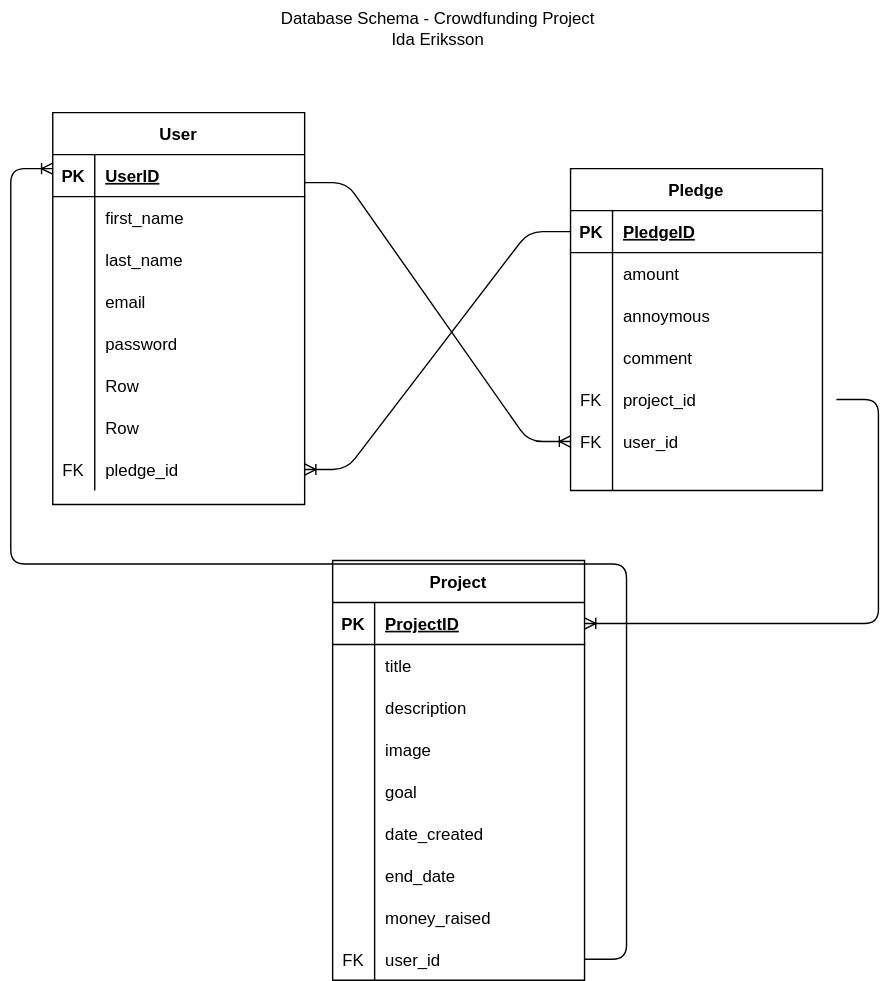
The draw.io diagram cf.drawio.svg in idaanna/crowdfunding_back_end, before a commit. Source tidied: cells renumbered, new cells last; positions are measured from the earlier drawing's top-left corner, leaving out a move shared by most shapes.
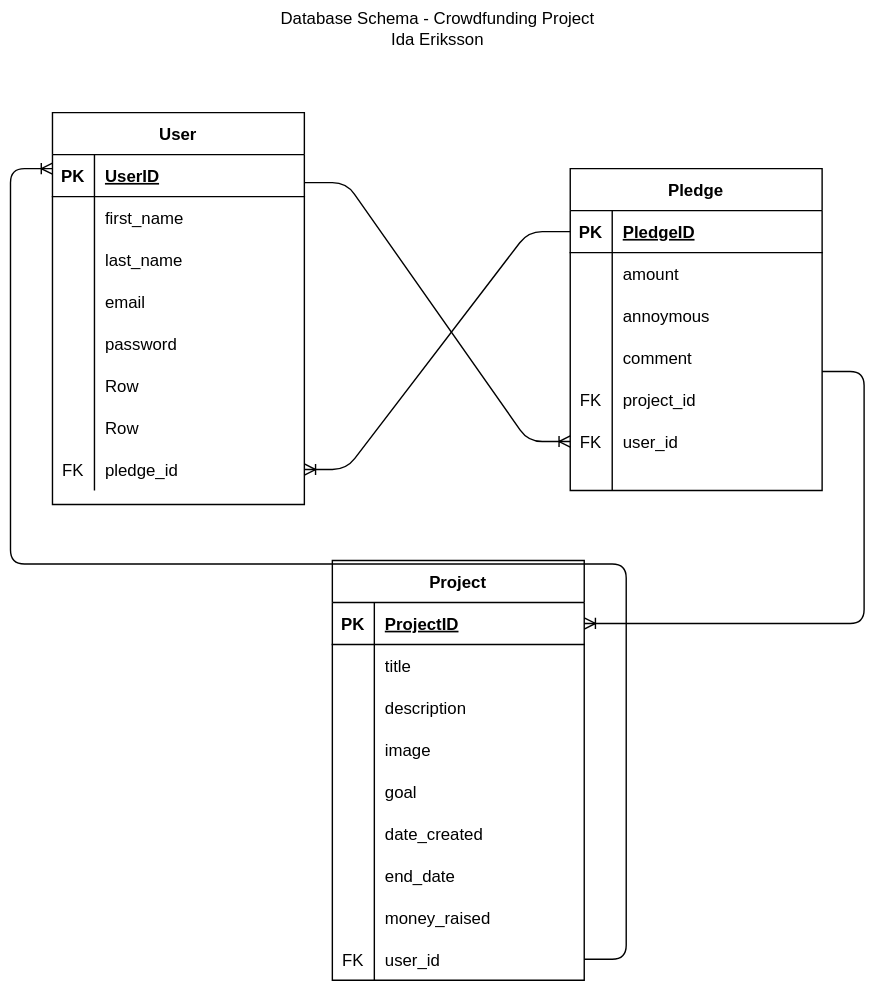
After the change.

What changed in the source:
```diff
@@ -238,9 +238,9 @@
     <mxCell id="79" style="edgeStyle=entityRelationEdgeStyle;fontSize=12;html=1;endArrow=ERoneToMany;entryX=1;entryY=0.5;entryDx=0;entryDy=0;exitX=0;exitY=0.5;exitDx=0;exitDy=0;" parent="1" edge="1" source="28" target="24">
       <mxGeometry relative="1" as="geometry" />
     </mxCell>
-    <mxCell id="80" style="edgeStyle=entityRelationEdgeStyle;fontSize=12;html=1;endArrow=ERoneToMany;entryX=1;entryY=0.5;entryDx=0;entryDy=0;" parent="1" edge="1" target="50">
+    <mxCell id="80" style="edgeStyle=entityRelationEdgeStyle;fontSize=12;html=1;endArrow=ERoneToMany;entryX=1;entryY=0.5;entryDx=0;entryDy=0;startArrow=none;" parent="1" edge="1" target="50">
       <mxGeometry relative="1" as="geometry">
-        <mxPoint x="560" y="285" as="sourcePoint" />
+        <mxPoint x="550" y="265" as="sourcePoint" />
       </mxGeometry>
     </mxCell>
     <mxCell id="81" style="edgeStyle=entityRelationEdgeStyle;fontSize=12;html=1;endArrow=ERoneToMany;" parent="1" edge="1" source="74">
```
